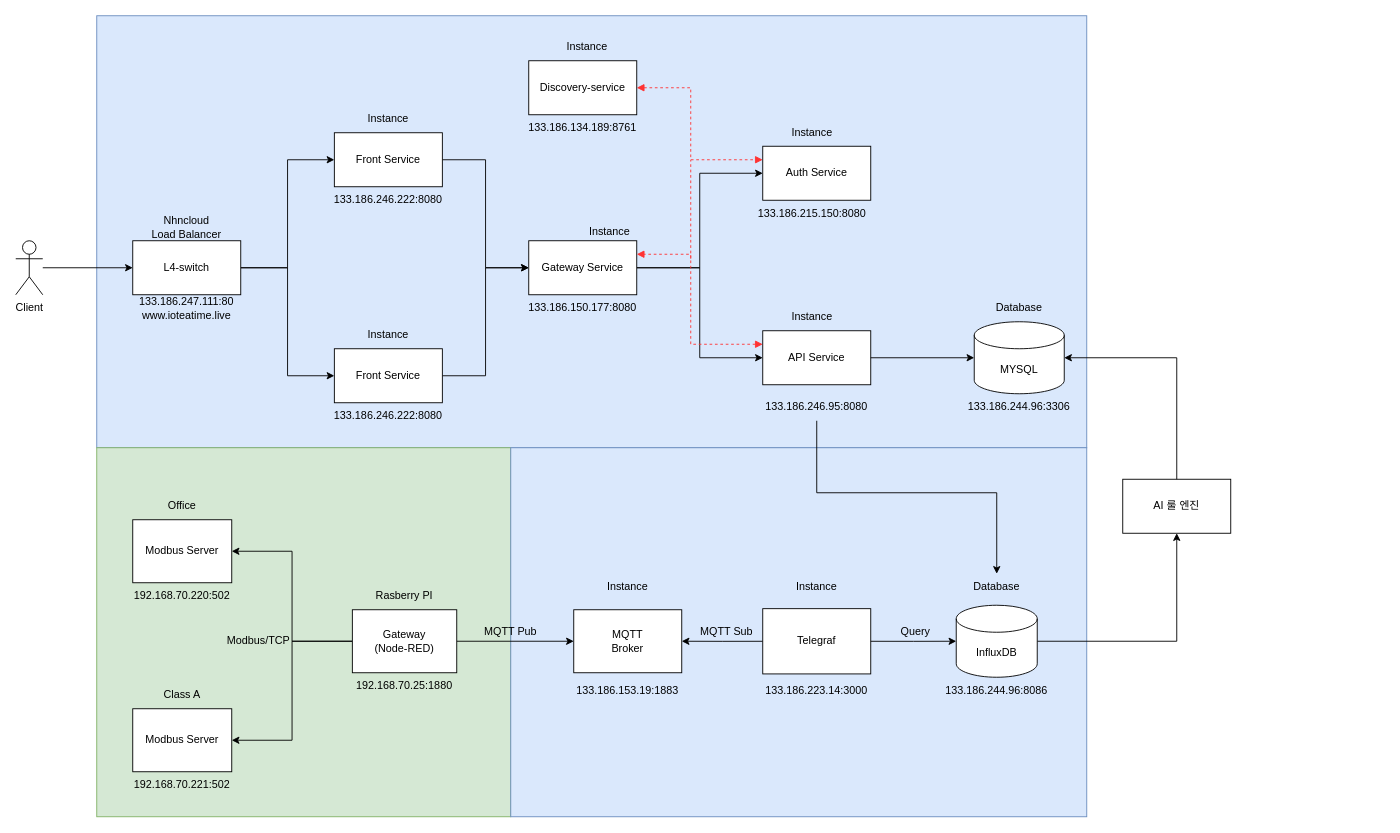
Before: 제목 없는 다이어그램.drawio in nhnacademy-aiot1-5/docs, a draw.io diagram. Source tidied: cells renumbered, new cells numbered last; positions are measured from the earlier drawing's top-left corner, leaving out a move shared by most shapes. Both pictures are drawn from the tidied source at 90%, with x=0, y=0 at pixel (15, 15).
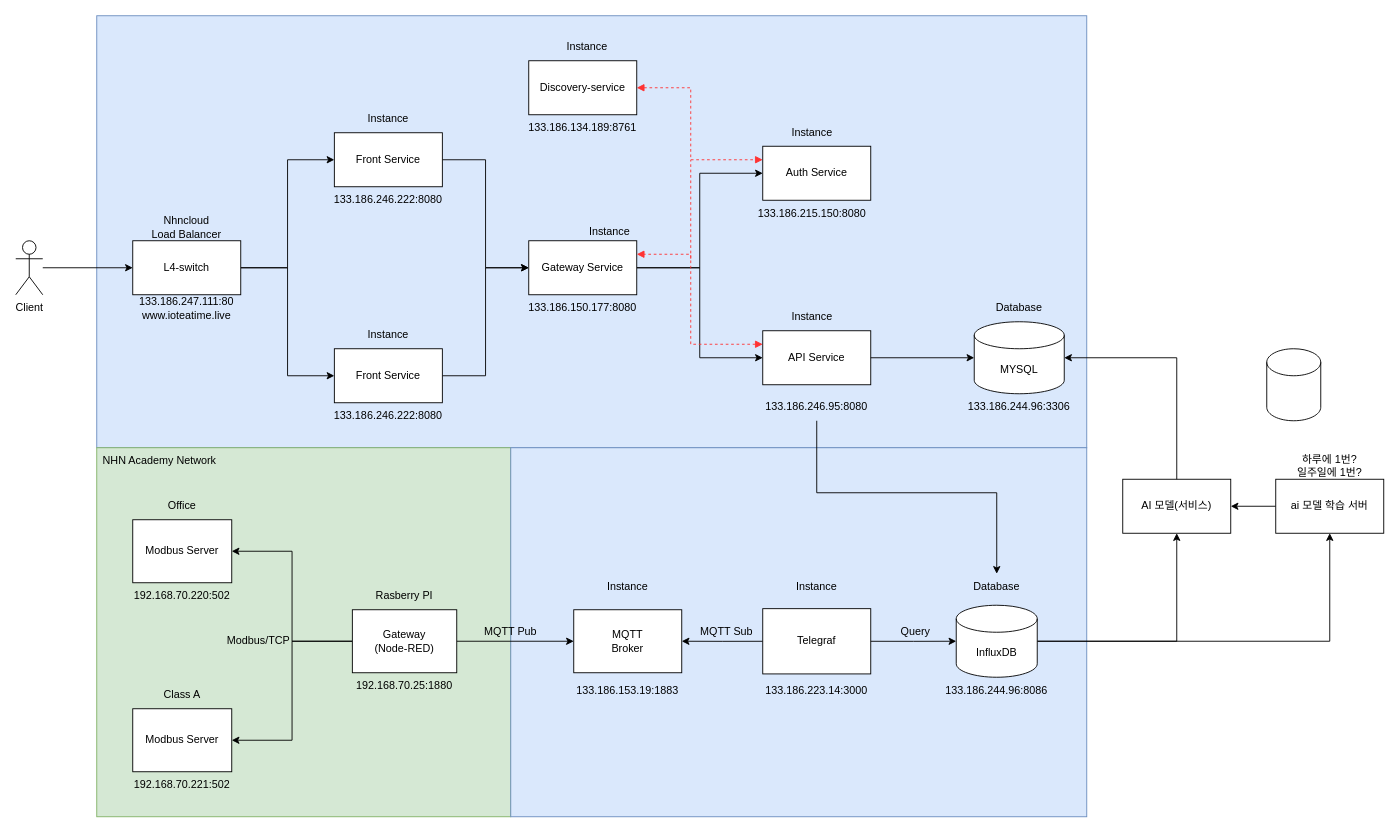
Above is the later version.

Commit message:
아키텍처.drawio 업데이트

Unchanged cells that the change refers to:
```xml
<mxCell id="19" value="InfluxDB" style="shape=cylinder3;whiteSpace=wrap;html=1;boundedLbl=1;backgroundOutline=1;size=15;" parent="1" vertex="1">
  <mxGeometry x="1045" y="655" width="90" height="80" as="geometry" />
</mxCell>
```

What changed in the source:
```diff
@@
+    <mxCell id="72" style="edgeStyle=orthogonalEdgeStyle;rounded=0;jettySize=auto;html=1;entryX=0.5;entryY=1;entryDx=0;entryDy=0;" parent="1" edge="1" source="19" target="74">
+      <mxGeometry relative="1" as="geometry" />
+    </mxCell>
@@
-    <mxCell id="70" value="AI 룰 엔진" style="rounded=0;whiteSpace=wrap;html=1;" parent="1" vertex="1">
+    <mxCell id="70" value="AI 모델(서비스)" style="rounded=0;whiteSpace=wrap;html=1;" parent="1" vertex="1">
       <mxGeometry x="1230" y="515" width="120" height="60" as="geometry" />
     </mxCell>
@@
+    <mxCell id="73" style="edgeStyle=orthogonalEdgeStyle;rounded=0;jettySize=auto;html=1;entryX=1;entryY=0.5;entryDx=0;entryDy=0;" parent="1" edge="1" source="74" target="70">
+      <mxGeometry relative="1" as="geometry" />
+    </mxCell>
+    <mxCell id="74" value="ai 모델 학습 서버" style="rounded=0;whiteSpace=wrap;html=1;" parent="1" vertex="1">
+      <mxGeometry x="1400" y="515" width="120" height="60" as="geometry" />
+    </mxCell>
+    <mxCell id="75" value="하루에 1번?&lt;div&gt;일주일에 1번?&lt;/div&gt;" style="text;html=1;align=center;verticalAlign=middle;whiteSpace=wrap;rounded=0;" parent="1" vertex="1">
+      <mxGeometry x="1410" y="485" width="100" height="30" as="geometry" />
+    </mxCell>
+    <mxCell id="76" value="NHN Academy Network" style="text;html=1;align=center;verticalAlign=middle;whiteSpace=wrap;rounded=0;" parent="1" vertex="1">
+      <mxGeometry x="90" y="480" width="140" height="30" as="geometry" />
+    </mxCell>
+    <mxCell id="77" style="shape=cylinder3;whiteSpace=wrap;html=1;boundedLbl=1;backgroundOutline=1;size=15;" parent="1" vertex="1">
+      <mxGeometry x="1390" y="370" width="60" height="80" as="geometry" />
+    </mxCell>
```
